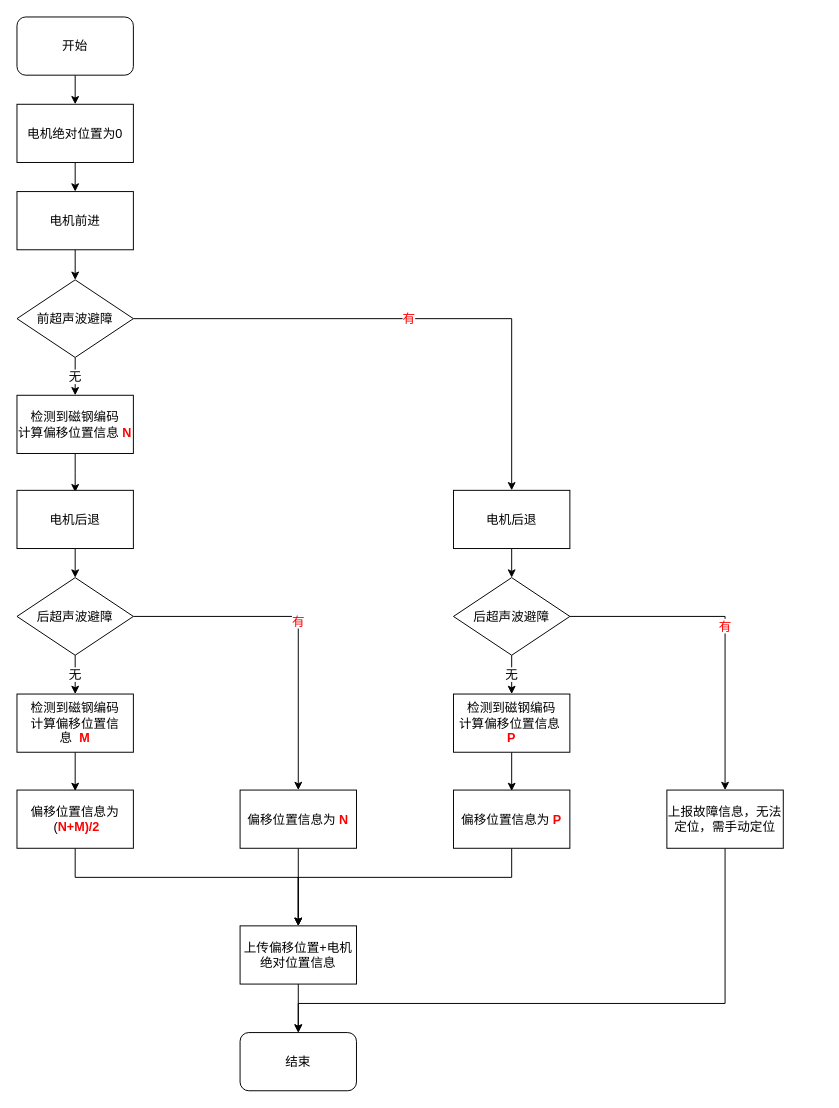
tianfeng123/shiyan12 keeps this draw.io diagram as Untitled Diagram.drawio. Above is the earlier version. Source tidied: cells renumbered, new cells numbered last; positions are measured from the earlier drawing's top-left corner, leaving out a move shared by most shapes. Both pictures are drawn from the tidied source at 97%, with x=0, y=0 at pixel (16, 16).
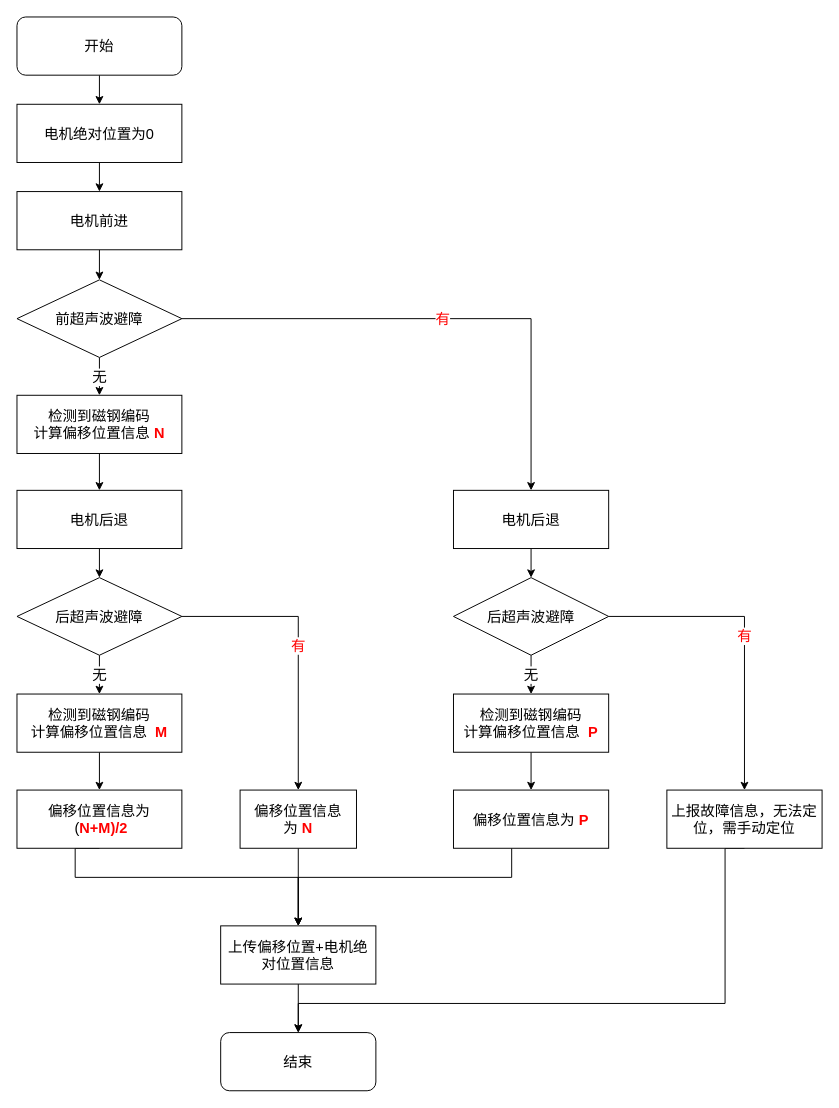
Above is the later version.

Commit message:
吊挂开机定位示意图.drawio

Change to the diagram source:
```diff
@@
-    <mxCell id="2" style="edgeStyle=orthogonalEdgeStyle;rounded=0;jettySize=auto;html=1;exitX=0.5;exitY=1;exitDx=0;exitDy=0;entryX=0.5;entryY=0;entryDx=0;entryDy=0;fontSize=13;" parent="1" edge="1" source="3" target="7">
+    <mxCell id="2" style="edgeStyle=orthogonalEdgeStyle;rounded=0;jettySize=auto;html=1;exitX=0.5;exitY=1;exitDx=0;exitDy=0;entryX=0.5;entryY=0;entryDx=0;entryDy=0;fontSize=15;" parent="1" edge="1" source="3" target="7">
       <mxGeometry relative="1" as="geometry" />
     </mxCell>
-    <mxCell id="3" value="电机绝对位置为0" style="rounded=0;whiteSpace=wrap;html=1;fontSize=13;" parent="1" vertex="1">
-      <mxGeometry y="90" width="120" height="60" as="geometry" />
+    <mxCell id="3" value="电机绝对位置为0" style="rounded=0;whiteSpace=wrap;html=1;fontSize=15;" parent="1" vertex="1">
+      <mxGeometry y="90" width="170" height="60" as="geometry" />
     </mxCell>
-    <mxCell id="4" style="edgeStyle=orthogonalEdgeStyle;rounded=0;jettySize=auto;html=1;exitX=0.5;exitY=1;exitDx=0;exitDy=0;entryX=0.5;entryY=0;entryDx=0;entryDy=0;fontSize=13;" parent="1" edge="1" source="5" target="3">
+    <mxCell id="4" style="edgeStyle=orthogonalEdgeStyle;rounded=0;jettySize=auto;html=1;exitX=0.5;exitY=1;exitDx=0;exitDy=0;entryX=0.5;entryY=0;entryDx=0;entryDy=0;fontSize=15;" parent="1" edge="1" source="5" target="3">
       <mxGeometry relative="1" as="geometry" />
     </mxCell>
-    <mxCell id="5" value="开始" style="rounded=1;whiteSpace=wrap;html=1;fontSize=13;" parent="1" vertex="1">
-      <mxGeometry width="120" height="60" as="geometry" />
+    <mxCell id="5" value="开始" style="rounded=1;whiteSpace=wrap;html=1;fontSize=15;" parent="1" vertex="1">
+      <mxGeometry width="170" height="60" as="geometry" />
     </mxCell>
-    <mxCell id="6" style="edgeStyle=orthogonalEdgeStyle;rounded=0;jettySize=auto;html=1;exitX=0.5;exitY=1;exitDx=0;exitDy=0;entryX=0.5;entryY=0;entryDx=0;entryDy=0;fontSize=13;" parent="1" edge="1" source="7" target="10">
+    <mxCell id="6" style="edgeStyle=orthogonalEdgeStyle;rounded=0;jettySize=auto;html=1;exitX=0.5;exitY=1;exitDx=0;exitDy=0;entryX=0.5;entryY=0;entryDx=0;entryDy=0;fontSize=15;" parent="1" edge="1" source="7" target="10">
       <mxGeometry relative="1" as="geometry" />
     </mxCell>
-    <mxCell id="7" value="电机前进" style="rounded=0;whiteSpace=wrap;html=1;fontSize=13;" parent="1" vertex="1">
-      <mxGeometry y="180" width="120" height="60" as="geometry" />
+    <mxCell id="7" value="电机前进" style="rounded=0;whiteSpace=wrap;html=1;fontSize=15;" parent="1" vertex="1">
+      <mxGeometry y="180" width="170" height="60" as="geometry" />
     </mxCell>
-    <mxCell id="8" value="无" style="edgeStyle=orthogonalEdgeStyle;rounded=0;jettySize=auto;html=1;exitX=0.5;exitY=1;exitDx=0;exitDy=0;entryX=0.5;entryY=0;entryDx=0;entryDy=0;fontSize=13;" parent="1" edge="1" source="10" target="12">
+    <mxCell id="8" value="无" style="edgeStyle=orthogonalEdgeStyle;rounded=0;jettySize=auto;html=1;exitX=0.5;exitY=1;exitDx=0;exitDy=0;entryX=0.5;entryY=0;entryDx=0;entryDy=0;fontSize=15;" parent="1" edge="1" source="10" target="12">
       <mxGeometry relative="1" as="geometry" />
     </mxCell>
-    <mxCell id="9" value="有" style="edgeStyle=orthogonalEdgeStyle;rounded=0;sketch=0;jumpStyle=line;jettySize=auto;html=1;entryX=0.5;entryY=0;entryDx=0;entryDy=0;shadow=0;fontColor=#FF0000;strokeWidth=1;fontSize=13;" parent="1" edge="1" source="10" target="21">
+    <mxCell id="9" value="有" style="edgeStyle=orthogonalEdgeStyle;rounded=0;sketch=0;jumpStyle=line;jettySize=auto;html=1;entryX=0.5;entryY=0;entryDx=0;entryDy=0;shadow=0;fontColor=#FF0000;strokeWidth=1;fontSize=15;" parent="1" edge="1" source="10" target="21">
       <mxGeometry relative="1" as="geometry" />
     </mxCell>
-    <mxCell id="10" value="前超声波避障" style="rhombus;whiteSpace=wrap;html=1;fontSize=13;" parent="1" vertex="1">
-      <mxGeometry y="271" width="120" height="80" as="geometry" />
+    <mxCell id="10" value="前超声波避障" style="rhombus;whiteSpace=wrap;html=1;fontSize=15;" parent="1" vertex="1">
+      <mxGeometry y="271" width="170" height="80" as="geometry" />
     </mxCell>
-    <mxCell id="11" style="edgeStyle=orthogonalEdgeStyle;rounded=0;jettySize=auto;html=1;exitX=0.5;exitY=1;exitDx=0;exitDy=0;entryX=0.5;entryY=0;entryDx=0;entryDy=0;fontSize=13;" parent="1" edge="1" source="12">
-      <mxGeometry relative="1" as="geometry">
-        <mxPoint x="60" y="490" as="targetPoint" />
-      </mxGeometry>
-    </mxCell>
+    <mxCell id="38" style="edgeStyle=orthogonalEdgeStyle;rounded=0;sketch=0;jumpStyle=line;jettySize=auto;html=1;exitX=0.5;exitY=1;exitDx=0;exitDy=0;entryX=0.5;entryY=0;entryDx=0;entryDy=0;shadow=0;fontSize=15;fontColor=#000000;strokeColor=#000000;strokeWidth=1;" parent="1" edge="1" source="12" target="14">
+      <mxGeometry relative="1" as="geometry" />
+    </mxCell>
-    <mxCell id="12" value="检测到磁钢编码&lt;br style=&quot;font-size: 13px;&quot;&gt;计算偏移位置信息&amp;nbsp;&lt;b style=&quot;font-size: 13px;&quot;&gt;&lt;font color=&quot;#ff0000&quot; style=&quot;font-size: 13px;&quot;&gt;N&lt;/font&gt;&lt;/b&gt;" style="rounded=0;whiteSpace=wrap;html=1;fontSize=13;" parent="1" vertex="1">
-      <mxGeometry y="390" width="120" height="60" as="geometry" />
+    <mxCell id="12" value="检测到磁钢编码&lt;br style=&quot;font-size: 15px;&quot;&gt;计算偏移位置信息&amp;nbsp;&lt;b style=&quot;font-size: 15px;&quot;&gt;&lt;font color=&quot;#ff0000&quot; style=&quot;font-size: 15px;&quot;&gt;N&lt;/font&gt;&lt;/b&gt;" style="rounded=0;whiteSpace=wrap;html=1;fontSize=15;" parent="1" vertex="1">
+      <mxGeometry y="390" width="170" height="60" as="geometry" />
     </mxCell>
-    <mxCell id="13" style="edgeStyle=orthogonalEdgeStyle;rounded=0;jettySize=auto;html=1;exitX=0.5;exitY=1;exitDx=0;exitDy=0;entryX=0.5;entryY=0;entryDx=0;entryDy=0;fontSize=13;" parent="1" edge="1" source="14" target="17">
+    <mxCell id="13" style="edgeStyle=orthogonalEdgeStyle;rounded=0;jettySize=auto;html=1;exitX=0.5;exitY=1;exitDx=0;exitDy=0;entryX=0.5;entryY=0;entryDx=0;entryDy=0;fontSize=15;" parent="1" edge="1" source="14" target="17">
       <mxGeometry relative="1" as="geometry" />
     </mxCell>
-    <mxCell id="14" value="电机后退" style="rounded=0;whiteSpace=wrap;html=1;fontSize=13;" parent="1" vertex="1">
-      <mxGeometry y="488" width="120" height="60" as="geometry" />
+    <mxCell id="14" value="电机后退" style="rounded=0;whiteSpace=wrap;html=1;fontSize=15;" parent="1" vertex="1">
+      <mxGeometry y="488" width="170" height="60" as="geometry" />
     </mxCell>
-    <mxCell id="15" value="无" style="edgeStyle=orthogonalEdgeStyle;rounded=0;jettySize=auto;html=1;exitX=0.5;exitY=1;exitDx=0;exitDy=0;entryX=0.5;entryY=0;entryDx=0;entryDy=0;fontSize=13;" parent="1" edge="1" source="17" target="19">
+    <mxCell id="15" value="无" style="edgeStyle=orthogonalEdgeStyle;rounded=0;jettySize=auto;html=1;exitX=0.5;exitY=1;exitDx=0;exitDy=0;entryX=0.5;entryY=0;entryDx=0;entryDy=0;fontSize=15;" parent="1" edge="1" source="17" target="19">
       <mxGeometry relative="1" as="geometry" />
     </mxCell>
-    <mxCell id="16" value="&lt;font style=&quot;font-size: 13px;&quot;&gt;有&lt;/font&gt;" style="edgeStyle=orthogonalEdgeStyle;rounded=0;sketch=0;jumpStyle=line;jettySize=auto;html=1;exitX=1;exitY=0.5;exitDx=0;exitDy=0;shadow=0;fontColor=#FF0000;strokeWidth=1;fontSize=13;" parent="1" edge="1" source="17" target="30">
+    <mxCell id="16" value="&lt;font style=&quot;font-size: 15px;&quot;&gt;有&lt;/font&gt;" style="edgeStyle=orthogonalEdgeStyle;rounded=0;sketch=0;jumpStyle=line;jettySize=auto;html=1;exitX=1;exitY=0.5;exitDx=0;exitDy=0;shadow=0;fontColor=#FF0000;strokeWidth=1;fontSize=15;" parent="1" edge="1" source="17" target="30">
       <mxGeometry relative="1" as="geometry" />
     </mxCell>
-    <mxCell id="17" value="后超声波避障" style="rhombus;whiteSpace=wrap;html=1;fontSize=13;" parent="1" vertex="1">
-      <mxGeometry y="578" width="120" height="80" as="geometry" />
+    <mxCell id="17" value="后超声波避障" style="rhombus;whiteSpace=wrap;html=1;fontSize=15;" parent="1" vertex="1">
+      <mxGeometry y="578" width="170" height="80" as="geometry" />
     </mxCell>
-    <mxCell id="18" style="edgeStyle=orthogonalEdgeStyle;rounded=0;sketch=0;jumpStyle=line;jettySize=auto;html=1;exitX=0.5;exitY=1;exitDx=0;exitDy=0;entryX=0.5;entryY=0;entryDx=0;entryDy=0;shadow=0;fontColor=#FF0000;strokeWidth=1;fontSize=13;" parent="1" edge="1" source="19">
-      <mxGeometry relative="1" as="geometry">
-        <mxPoint x="60" y="798" as="targetPoint" />
-      </mxGeometry>
-    </mxCell>
+    <mxCell id="39" style="edgeStyle=orthogonalEdgeStyle;rounded=0;sketch=0;jumpStyle=line;jettySize=auto;html=1;exitX=0.5;exitY=1;exitDx=0;exitDy=0;entryX=0.5;entryY=0;entryDx=0;entryDy=0;shadow=0;fontSize=15;fontColor=#000000;strokeColor=#000000;strokeWidth=1;" parent="1" edge="1" source="19" target="32">
+      <mxGeometry relative="1" as="geometry" />
+    </mxCell>
-    <mxCell id="19" value="检测到磁钢编码&lt;br style=&quot;font-size: 13px;&quot;&gt;计算偏移位置信息&amp;nbsp;&amp;nbsp;&lt;b style=&quot;font-size: 13px;&quot;&gt;&lt;font color=&quot;#ff0000&quot; style=&quot;font-size: 13px;&quot;&gt;M&lt;/font&gt;&lt;/b&gt;" style="rounded=0;whiteSpace=wrap;html=1;fontSize=13;" parent="1" vertex="1">
-      <mxGeometry y="698" width="120" height="60" as="geometry" />
+    <mxCell id="19" value="检测到磁钢编码&lt;br style=&quot;font-size: 15px;&quot;&gt;计算偏移位置信息&amp;nbsp;&amp;nbsp;&lt;b style=&quot;font-size: 15px;&quot;&gt;&lt;font color=&quot;#ff0000&quot; style=&quot;font-size: 15px;&quot;&gt;M&lt;/font&gt;&lt;/b&gt;" style="rounded=0;whiteSpace=wrap;html=1;fontSize=15;" parent="1" vertex="1">
+      <mxGeometry y="698" width="170" height="60" as="geometry" />
     </mxCell>
-    <mxCell id="20" style="edgeStyle=orthogonalEdgeStyle;rounded=0;jettySize=auto;html=1;exitX=0.5;exitY=1;exitDx=0;exitDy=0;entryX=0.5;entryY=0;entryDx=0;entryDy=0;fontSize=13;" parent="1" edge="1" source="21" target="24">
+    <mxCell id="20" style="edgeStyle=orthogonalEdgeStyle;rounded=0;jettySize=auto;html=1;exitX=0.5;exitY=1;exitDx=0;exitDy=0;entryX=0.5;entryY=0;entryDx=0;entryDy=0;fontSize=15;" parent="1" edge="1" source="21" target="24">
       <mxGeometry relative="1" as="geometry" />
     </mxCell>
-    <mxCell id="21" value="电机后退" style="rounded=0;whiteSpace=wrap;html=1;fontSize=13;" parent="1" vertex="1">
-      <mxGeometry x="450" y="488" width="120" height="60" as="geometry" />
+    <mxCell id="21" value="电机后退" style="rounded=0;whiteSpace=wrap;html=1;fontSize=15;" parent="1" vertex="1">
+      <mxGeometry x="450" y="488" width="160" height="60" as="geometry" />
     </mxCell>
-    <mxCell id="22" value="无" style="edgeStyle=orthogonalEdgeStyle;rounded=0;jettySize=auto;html=1;exitX=0.5;exitY=1;exitDx=0;exitDy=0;entryX=0.5;entryY=0;entryDx=0;entryDy=0;fontSize=13;" parent="1" edge="1" source="24" target="26">
+    <mxCell id="22" value="无" style="edgeStyle=orthogonalEdgeStyle;rounded=0;jettySize=auto;html=1;exitX=0.5;exitY=1;exitDx=0;exitDy=0;entryX=0.5;entryY=0;entryDx=0;entryDy=0;fontSize=15;" parent="1" edge="1" source="24" target="26">
       <mxGeometry relative="1" as="geometry" />
     </mxCell>
-    <mxCell id="23" value="有" style="edgeStyle=orthogonalEdgeStyle;rounded=0;sketch=0;jumpStyle=line;jettySize=auto;html=1;exitX=1;exitY=0.5;exitDx=0;exitDy=0;shadow=0;fontColor=#FF0000;strokeWidth=1;entryX=0.5;entryY=0;entryDx=0;entryDy=0;fontSize=13;" parent="1" edge="1" source="24" target="36">
+    <mxCell id="23" value="有" style="edgeStyle=orthogonalEdgeStyle;rounded=0;sketch=0;jumpStyle=line;jettySize=auto;html=1;exitX=1;exitY=0.5;exitDx=0;exitDy=0;shadow=0;fontColor=#FF0000;strokeWidth=1;entryX=0.5;entryY=0;entryDx=0;entryDy=0;fontSize=15;" parent="1" edge="1" source="24" target="36">
       <mxGeometry relative="1" as="geometry" />
     </mxCell>
-    <mxCell id="24" value="后超声波避障" style="rhombus;whiteSpace=wrap;html=1;fontSize=13;" parent="1" vertex="1">
-      <mxGeometry x="450" y="578" width="120" height="80" as="geometry" />
+    <mxCell id="24" value="后超声波避障" style="rhombus;whiteSpace=wrap;html=1;fontSize=15;" parent="1" vertex="1">
+      <mxGeometry x="450" y="578" width="160" height="80" as="geometry" />
     </mxCell>
-    <mxCell id="25" style="edgeStyle=orthogonalEdgeStyle;rounded=0;sketch=0;jumpStyle=line;jettySize=auto;html=1;exitX=0.5;exitY=1;exitDx=0;exitDy=0;entryX=0.5;entryY=0;entryDx=0;entryDy=0;shadow=0;fontColor=#FF0000;strokeWidth=1;fontSize=13;" parent="1" edge="1" source="26">
-      <mxGeometry relative="1" as="geometry">
-        <mxPoint x="510" y="798" as="targetPoint" />
-      </mxGeometry>
-    </mxCell>
+    <mxCell id="40" style="edgeStyle=orthogonalEdgeStyle;rounded=0;sketch=0;jumpStyle=line;jettySize=auto;html=1;exitX=0.5;exitY=1;exitDx=0;exitDy=0;entryX=0.5;entryY=0;entryDx=0;entryDy=0;shadow=0;fontSize=15;fontColor=#000000;strokeColor=#000000;strokeWidth=1;" parent="1" edge="1" source="26" target="34">
+      <mxGeometry relative="1" as="geometry" />
+    </mxCell>
-    <mxCell id="26" value="检测到磁钢编码&lt;br style=&quot;font-size: 13px;&quot;&gt;计算偏移位置信息&amp;nbsp; &lt;font color=&quot;#ff0000&quot; style=&quot;font-size: 13px;&quot;&gt;&lt;b style=&quot;font-size: 13px;&quot;&gt;P&lt;/b&gt;&lt;/font&gt;" style="rounded=0;whiteSpace=wrap;html=1;fontSize=13;" parent="1" vertex="1">
-      <mxGeometry x="450" y="698" width="120" height="60" as="geometry" />
+    <mxCell id="26" value="检测到磁钢编码&lt;br style=&quot;font-size: 15px;&quot;&gt;计算偏移位置信息&amp;nbsp; &lt;font color=&quot;#ff0000&quot; style=&quot;font-size: 15px;&quot;&gt;&lt;b style=&quot;font-size: 15px;&quot;&gt;P&lt;/b&gt;&lt;/font&gt;" style="rounded=0;whiteSpace=wrap;html=1;fontSize=15;" parent="1" vertex="1">
+      <mxGeometry x="450" y="698" width="160" height="60" as="geometry" />
     </mxCell>
-    <mxCell id="27" style="edgeStyle=orthogonalEdgeStyle;rounded=0;sketch=0;jumpStyle=line;jettySize=auto;html=1;exitX=0.5;exitY=1;exitDx=0;exitDy=0;entryX=0.5;entryY=0;entryDx=0;entryDy=0;shadow=0;fontColor=#000000;strokeColor=#000000;strokeWidth=1;fontSize=13;" parent="1" edge="1" source="28" target="37">
+    <mxCell id="27" style="edgeStyle=orthogonalEdgeStyle;rounded=0;sketch=0;jumpStyle=line;jettySize=auto;html=1;exitX=0.5;exitY=1;exitDx=0;exitDy=0;entryX=0.5;entryY=0;entryDx=0;entryDy=0;shadow=0;fontColor=#000000;strokeColor=#000000;strokeWidth=1;fontSize=15;" parent="1" edge="1" source="28" target="37">
       <mxGeometry relative="1" as="geometry" />
     </mxCell>
-    <mxCell id="28" value="&lt;font color=&quot;#000000&quot; style=&quot;font-size: 13px;&quot;&gt;上传偏移位置+电机绝对位置信息&lt;/font&gt;" style="rounded=0;whiteSpace=wrap;html=1;fontColor=#FF0000;fontSize=13;" parent="1" vertex="1">
-      <mxGeometry x="230" y="937" width="120" height="60" as="geometry" />
+    <mxCell id="28" value="&lt;font color=&quot;#000000&quot; style=&quot;font-size: 15px;&quot;&gt;上传偏移位置+电机绝对位置信息&lt;/font&gt;" style="rounded=0;whiteSpace=wrap;html=1;fontColor=#FF0000;fontSize=15;" parent="1" vertex="1">
+      <mxGeometry x="210" y="937" width="160" height="60" as="geometry" />
     </mxCell>
-    <mxCell id="29" style="edgeStyle=orthogonalEdgeStyle;rounded=0;sketch=0;jumpStyle=line;jettySize=auto;html=1;exitX=0.5;exitY=1;exitDx=0;exitDy=0;entryX=0.5;entryY=0;entryDx=0;entryDy=0;shadow=0;fontColor=#000000;strokeWidth=1;fontSize=13;" parent="1" edge="1" source="30" target="28">
+    <mxCell id="29" style="edgeStyle=orthogonalEdgeStyle;rounded=0;sketch=0;jumpStyle=line;jettySize=auto;html=1;exitX=0.5;exitY=1;exitDx=0;exitDy=0;entryX=0.5;entryY=0;entryDx=0;entryDy=0;shadow=0;fontColor=#000000;strokeWidth=1;fontSize=15;" parent="1" edge="1" source="30" target="28">
       <mxGeometry relative="1" as="geometry" />
     </mxCell>
-    <mxCell id="30" value="偏移位置信息为&amp;nbsp;&lt;b style=&quot;font-size: 13px;&quot;&gt;&lt;font color=&quot;#ff0000&quot; style=&quot;font-size: 13px;&quot;&gt;N&lt;/font&gt;&lt;/b&gt;" style="rounded=0;whiteSpace=wrap;html=1;fontSize=13;" parent="1" vertex="1">
+    <mxCell id="30" value="偏移位置信息为&amp;nbsp;&lt;b style=&quot;font-size: 15px;&quot;&gt;&lt;font color=&quot;#ff0000&quot; style=&quot;font-size: 15px;&quot;&gt;N&lt;/font&gt;&lt;/b&gt;" style="rounded=0;whiteSpace=wrap;html=1;fontSize=15;" parent="1" vertex="1">
       <mxGeometry x="230" y="797" width="120" height="60" as="geometry" />
     </mxCell>
-    <mxCell id="31" style="edgeStyle=orthogonalEdgeStyle;rounded=0;sketch=0;jumpStyle=line;jettySize=auto;html=1;exitX=0.5;exitY=1;exitDx=0;exitDy=0;entryX=0.5;entryY=0;entryDx=0;entryDy=0;shadow=0;fontColor=#000000;strokeWidth=1;fontSize=13;" parent="1" edge="1" source="32" target="28">
+    <mxCell id="31" style="edgeStyle=orthogonalEdgeStyle;rounded=0;sketch=0;jumpStyle=line;jettySize=auto;html=1;exitX=0.5;exitY=1;exitDx=0;exitDy=0;entryX=0.5;entryY=0;entryDx=0;entryDy=0;shadow=0;fontColor=#000000;strokeWidth=1;fontSize=15;" parent="1" edge="1" source="32" target="28">
       <mxGeometry relative="1" as="geometry">
         <Array as="points">
           <mxPoint x="60" y="887" />
           <mxPoint x="290" y="887" />
         </Array>
       </mxGeometry>
     </mxCell>
-    <mxCell id="32" value="偏移位置信息为&lt;br style=&quot;font-size: 13px;&quot;&gt;&amp;nbsp;(&lt;b style=&quot;font-size: 13px;&quot;&gt;&lt;font color=&quot;#ff0000&quot; style=&quot;font-size: 13px;&quot;&gt;N+M)/2&lt;/font&gt;&lt;/b&gt;" style="rounded=0;whiteSpace=wrap;html=1;fontSize=13;" parent="1" vertex="1">
-      <mxGeometry y="797" width="120" height="60" as="geometry" />
+    <mxCell id="32" value="偏移位置信息为&lt;br style=&quot;font-size: 15px;&quot;&gt;&amp;nbsp;(&lt;b style=&quot;font-size: 15px;&quot;&gt;&lt;font color=&quot;#ff0000&quot; style=&quot;font-size: 15px;&quot;&gt;N+M)/2&lt;/font&gt;&lt;/b&gt;" style="rounded=0;whiteSpace=wrap;html=1;fontSize=15;" parent="1" vertex="1">
+      <mxGeometry y="797" width="170" height="60" as="geometry" />
     </mxCell>
-    <mxCell id="33" style="edgeStyle=orthogonalEdgeStyle;rounded=0;sketch=0;jumpStyle=line;jettySize=auto;html=1;entryX=0.5;entryY=0;entryDx=0;entryDy=0;shadow=0;fontColor=#000000;strokeWidth=1;fontSize=13;" parent="1" edge="1" source="34" target="28">
+    <mxCell id="33" style="edgeStyle=orthogonalEdgeStyle;rounded=0;sketch=0;jumpStyle=line;jettySize=auto;html=1;entryX=0.5;entryY=0;entryDx=0;entryDy=0;shadow=0;fontColor=#000000;strokeWidth=1;fontSize=15;" parent="1" edge="1" source="34" target="28">
       <mxGeometry relative="1" as="geometry">
         <Array as="points">
           <mxPoint x="510" y="887" />
           <mxPoint x="290" y="887" />
         </Array>
       </mxGeometry>
     </mxCell>
-    <mxCell id="34" value="偏移位置信息为 &lt;font color=&quot;#ff0000&quot; style=&quot;font-size: 13px;&quot;&gt;&lt;b style=&quot;font-size: 13px;&quot;&gt;P&lt;/b&gt;&lt;/font&gt;" style="rounded=0;whiteSpace=wrap;html=1;fontSize=13;" parent="1" vertex="1">
-      <mxGeometry x="450" y="797" width="120" height="60" as="geometry" />
+    <mxCell id="34" value="偏移位置信息为 &lt;font color=&quot;#ff0000&quot; style=&quot;font-size: 15px;&quot;&gt;&lt;b style=&quot;font-size: 15px;&quot;&gt;P&lt;/b&gt;&lt;/font&gt;" style="rounded=0;whiteSpace=wrap;html=1;fontSize=15;" parent="1" vertex="1">
+      <mxGeometry x="450" y="797" width="160" height="60" as="geometry" />
     </mxCell>
-    <mxCell id="35" style="edgeStyle=orthogonalEdgeStyle;rounded=0;sketch=0;jumpStyle=line;jettySize=auto;html=1;exitX=0.5;exitY=1;exitDx=0;exitDy=0;shadow=0;fontColor=#000000;strokeColor=#000000;strokeWidth=1;fontSize=13;" parent="1" edge="1" source="36" target="37">
+    <mxCell id="35" style="edgeStyle=orthogonalEdgeStyle;rounded=0;sketch=0;jumpStyle=line;jettySize=auto;html=1;exitX=0.5;exitY=1;exitDx=0;exitDy=0;shadow=0;fontColor=#000000;strokeColor=#000000;strokeWidth=1;fontSize=15;" parent="1" edge="1" source="36" target="37">
       <mxGeometry relative="1" as="geometry">
         <Array as="points">
           <mxPoint x="730" y="1017" />
           <mxPoint x="290" y="1017" />
         </Array>
       </mxGeometry>
     </mxCell>
-    <mxCell id="36" value="&lt;font color=&quot;#000000&quot; style=&quot;font-size: 13px;&quot;&gt;上报故障信息，无法定位，需手动定位&lt;/font&gt;" style="rounded=0;whiteSpace=wrap;html=1;fontColor=#FF0000;fontSize=13;" parent="1" vertex="1">
-      <mxGeometry x="670" y="797" width="120" height="60" as="geometry" />
+    <mxCell id="36" value="&lt;font color=&quot;#000000&quot; style=&quot;font-size: 15px;&quot;&gt;上报故障信息，无法定位，需手动定位&lt;/font&gt;" style="rounded=0;whiteSpace=wrap;html=1;fontColor=#FF0000;fontSize=15;" parent="1" vertex="1">
+      <mxGeometry x="670" y="797" width="160" height="60" as="geometry" />
     </mxCell>
-    <mxCell id="37" value="结束" style="rounded=1;whiteSpace=wrap;html=1;fontColor=#000000;fontSize=13;" parent="1" vertex="1">
-      <mxGeometry x="230" y="1047" width="120" height="60" as="geometry" />
+    <mxCell id="37" value="结束" style="rounded=1;whiteSpace=wrap;html=1;fontColor=#000000;fontSize=15;" parent="1" vertex="1">
+      <mxGeometry x="210" y="1047" width="160" height="60" as="geometry" />
     </mxCell>
```
